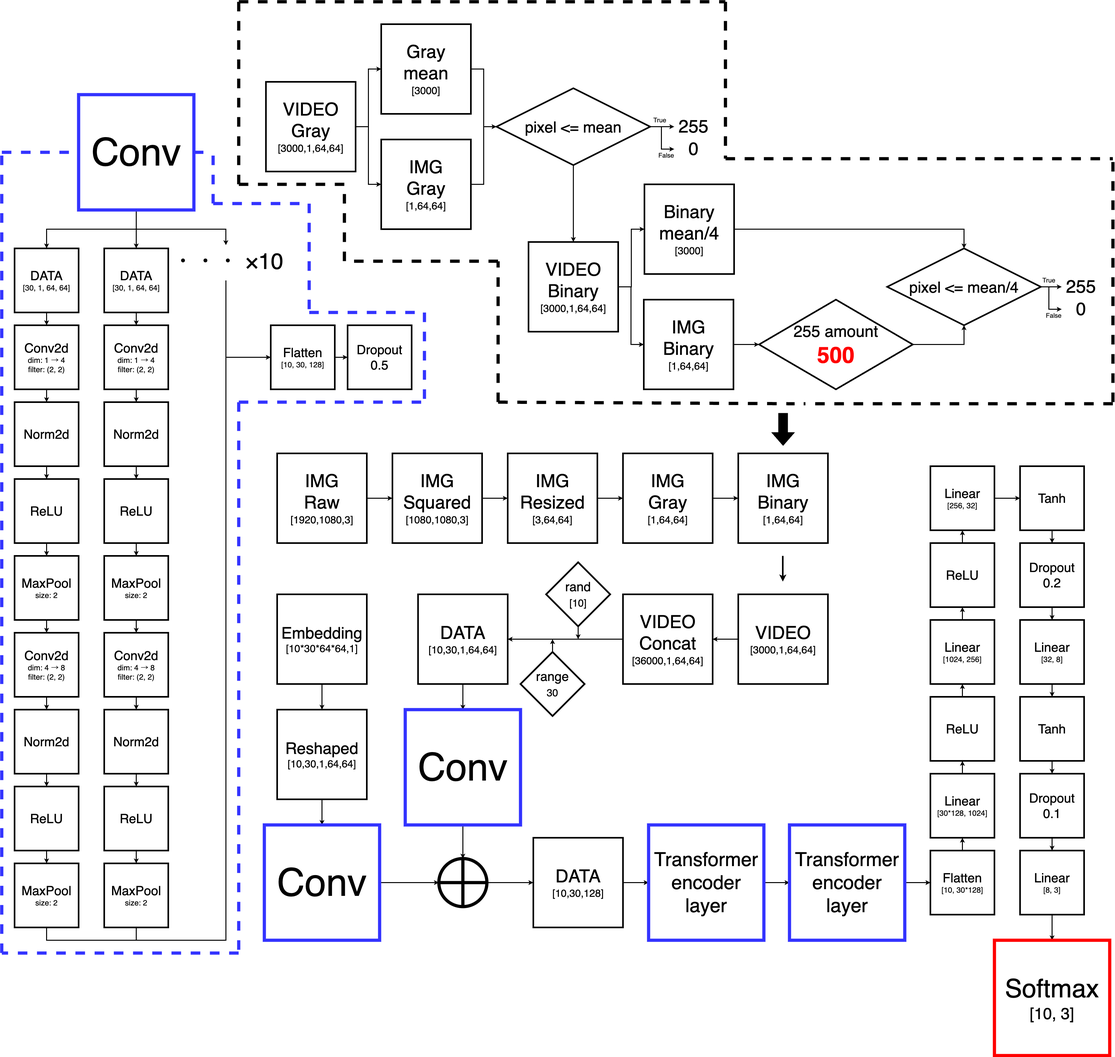
Above: src/git/flowchart.png in jasmine-jp/predict_dance2 (draw.io), before the change. Source tidied: cells renumbered, new cells last; positions are measured from the earlier drawing's top-left corner, leaving out a move shared by most shapes.
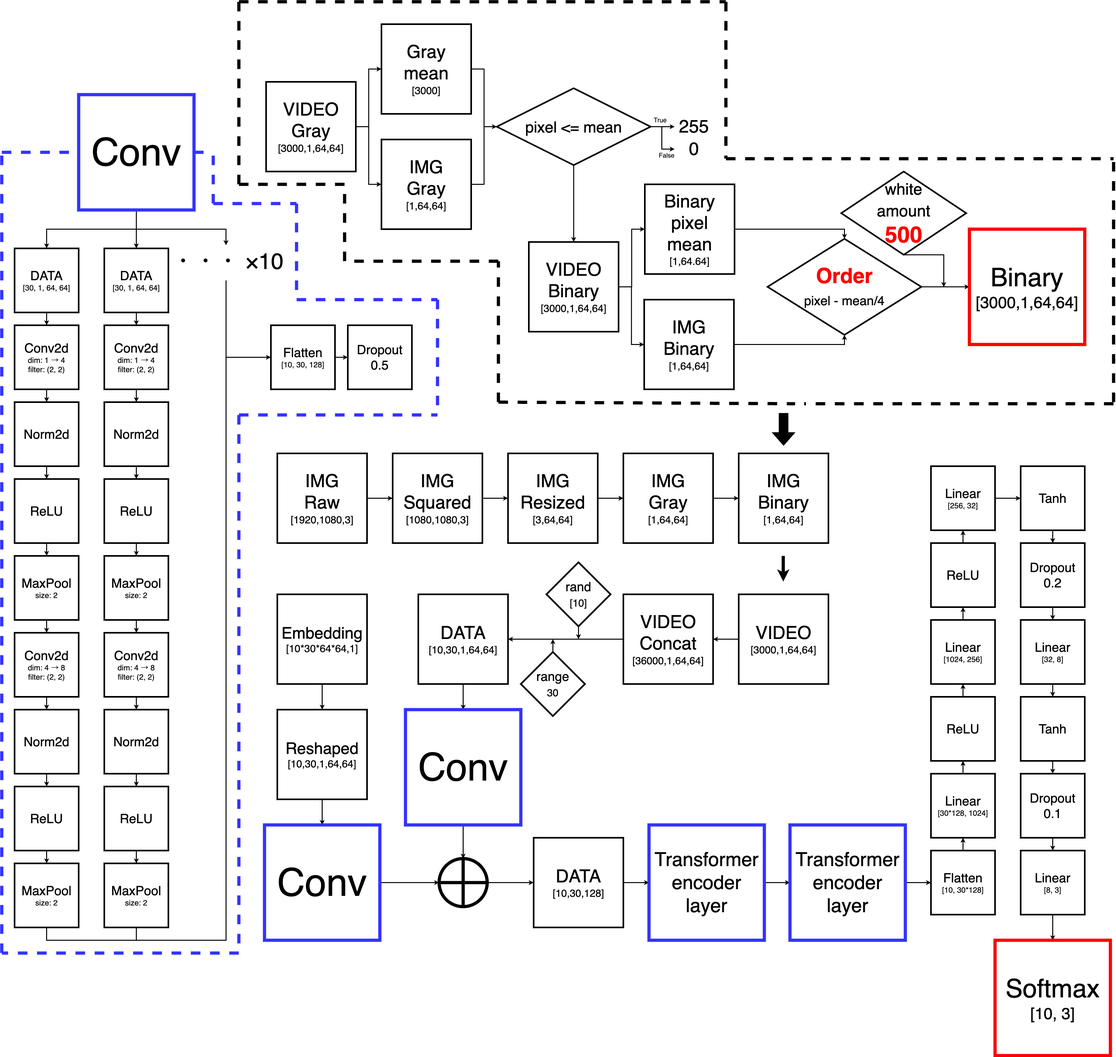
After the change.

Change to the diagram source:
```diff
@@ -26,7 +26,7 @@
     <mxCell id="9" value="&lt;font style=&quot;&quot;&gt;&lt;font style=&quot;font-size: 56px;&quot;&gt;VIDEO&lt;br&gt;&lt;/font&gt;&lt;span style=&quot;font-size: 56px;&quot;&gt;Concat&lt;/span&gt;&lt;br&gt;&lt;span style=&quot;font-size: 32px;&quot;&gt;[36000,1,64,64]&lt;/span&gt;&lt;/font&gt;" style="rounded=0;whiteSpace=wrap;html=1;strokeWidth=5;" parent="1" vertex="1">
       <mxGeometry x="1940" y="1850" width="280" height="280" as="geometry" />
     </mxCell>
-    <mxCell id="10" style="edgeStyle=orthogonalEdgeStyle;rounded=0;orthogonalLoop=1;jettySize=auto;html=1;fontSize=56;strokeWidth=5;" parent="1" edge="1">
+    <mxCell id="10" style="edgeStyle=orthogonalEdgeStyle;rounded=0;orthogonalLoop=1;jettySize=auto;html=1;fontSize=56;strokeWidth=10;" parent="1" edge="1">
       <mxGeometry relative="1" as="geometry">
         <mxPoint x="2439.1" y="1730" as="sourcePoint" />
         <mxPoint x="2439.1" y="1810" as="targetPoint" />
@@ -415,63 +415,43 @@
     <mxCell id="123" value="False" style="text;html=1;align=center;verticalAlign=middle;strokeColor=none;fillColor=none;fontSize=20;" parent="1" vertex="1">
       <mxGeometry x="2040" y="460" width="70" height="40" as="geometry" />
     </mxCell>
+    <mxCell id="162" style="edgeStyle=orthogonalEdgeStyle;rounded=0;jettySize=auto;html=1;strokeWidth=3;fontSize=40;fontColor=#FF0000;" parent="1" edge="1" source="124" target="135">
+      <mxGeometry relative="1" as="geometry" />
+    </mxCell>
+    <mxCell id="163" style="edgeStyle=orthogonalEdgeStyle;rounded=0;jettySize=auto;html=1;strokeWidth=3;fontSize=40;fontColor=#FF0000;" parent="1" edge="1" source="124" target="137">
+      <mxGeometry relative="1" as="geometry" />
+    </mxCell>
     <mxCell id="124" value="&lt;font style=&quot;&quot;&gt;&lt;font style=&quot;font-size: 56px;&quot;&gt;VIDEO&lt;br&gt;&lt;/font&gt;&lt;span style=&quot;font-size: 56px;&quot;&gt;Binary&lt;br&gt;&lt;/span&gt;&lt;span style=&quot;font-size: 32px;&quot;&gt;[3000,1,64,64]&lt;/span&gt;&lt;/font&gt;" style="rounded=0;whiteSpace=wrap;html=1;strokeWidth=5;" parent="1" vertex="1">
       <mxGeometry x="1645" y="750" width="280" height="280" as="geometry" />
     </mxCell>
-    <mxCell id="125" style="edgeStyle=orthogonalEdgeStyle;rounded=0;jettySize=auto;html=1;strokeWidth=3;fontSize=56;" parent="1" edge="1" source="127" target="128">
-      <mxGeometry relative="1" as="geometry" />
-    </mxCell>
-    <mxCell id="126" style="edgeStyle=orthogonalEdgeStyle;rounded=0;jettySize=auto;html=1;exitX=1;exitY=0.5;exitDx=0;exitDy=0;exitPerimeter=0;strokeWidth=3;fontSize=70;" parent="1" edge="1" source="127">
-      <mxGeometry relative="1" as="geometry">
-        <mxPoint x="3310" y="960" as="targetPoint" />
-        <Array as="points">
-          <mxPoint x="3270" y="890" />
-          <mxPoint x="3270" y="960" />
-        </Array>
-      </mxGeometry>
-    </mxCell>
+    <mxCell id="164" style="edgeStyle=orthogonalEdgeStyle;rounded=0;jettySize=auto;html=1;strokeWidth=3;fontSize=40;fontColor=#FF0000;" parent="1" edge="1" source="127" target="167">
+      <mxGeometry relative="1" as="geometry" />
+    </mxCell>
-    <mxCell id="127" value="&lt;font style=&quot;font-size: 48px;&quot;&gt;pixel &amp;lt;= mean/4&lt;/font&gt;" style="strokeWidth=5;html=1;shape=mxgraph.flowchart.decision;whiteSpace=wrap;strokeColor=#000000;fontSize=56;fillColor=#FFFFFF;" parent="1" vertex="1">
-      <mxGeometry x="2765" y="770" width="480" height="240" as="geometry" />
+    <mxCell id="127" value="&lt;font style=&quot;&quot;&gt;&lt;font color=&quot;#ff0000&quot;&gt;&lt;b&gt;&lt;font style=&quot;font-size: 65px;&quot;&gt;Order&lt;/font&gt;&lt;br&gt;&lt;/b&gt;&lt;/font&gt;&lt;font style=&quot;font-size: 40px;&quot;&gt;pixel - mean/4&lt;/font&gt;&lt;/font&gt;" style="strokeWidth=5;html=1;shape=mxgraph.flowchart.decision;whiteSpace=wrap;strokeColor=#000000;fontSize=56;fillColor=#FFFFFF;" parent="1" vertex="1">
+      <mxGeometry x="2390" y="740" width="480" height="300" as="geometry" />
     </mxCell>
-    <mxCell id="128" value="&lt;font style=&quot;font-size: 56px;&quot;&gt;255&lt;/font&gt;" style="text;html=1;align=center;verticalAlign=middle;points=[];strokeColor=none;fillColor=none;fontSize=48;" parent="1" vertex="1">
-      <mxGeometry x="3310" y="850" width="120" height="80" as="geometry" />
-    </mxCell>
-    <mxCell id="129" value="&lt;font style=&quot;font-size: 56px;&quot;&gt;0&lt;/font&gt;" style="text;html=1;align=center;verticalAlign=middle;strokeColor=none;fillColor=none;fontSize=48;" parent="1" vertex="1">
-      <mxGeometry x="3345" y="920" width="50" height="80" as="geometry" />
-    </mxCell>
-    <mxCell id="130" value="True" style="text;html=1;align=center;verticalAlign=middle;strokeColor=none;fillColor=none;fontSize=20;" parent="1" vertex="1">
-      <mxGeometry x="3240" y="850" width="60" height="40" as="geometry" />
-    </mxCell>
-    <mxCell id="131" value="False" style="text;html=1;align=center;verticalAlign=middle;strokeColor=none;fillColor=none;fontSize=20;" parent="1" vertex="1">
-      <mxGeometry x="3250" y="960" width="70" height="40" as="geometry" />
-    </mxCell>
-    <mxCell id="132" style="edgeStyle=orthogonalEdgeStyle;rounded=0;jettySize=auto;html=1;strokeWidth=3;fontSize=20;entryX=0;entryY=0.5;entryDx=0;entryDy=0;" parent="1" edge="1" target="135">
-      <mxGeometry relative="1" as="geometry">
-        <mxPoint x="1925" y="890" as="sourcePoint" />
-      </mxGeometry>
-    </mxCell>
-    <mxCell id="133" style="edgeStyle=orthogonalEdgeStyle;rounded=0;jettySize=auto;html=1;strokeWidth=3;fontSize=20;entryX=0;entryY=0.5;entryDx=0;entryDy=0;" parent="1" edge="1" target="137">
-      <mxGeometry relative="1" as="geometry">
-        <mxPoint x="1925" y="890" as="sourcePoint" />
-      </mxGeometry>
-    </mxCell>
-    <mxCell id="134" style="edgeStyle=orthogonalEdgeStyle;rounded=0;jettySize=auto;html=1;entryX=0.5;entryY=0;entryDx=0;entryDy=0;entryPerimeter=0;strokeWidth=3;fontSize=60;fontColor=#FF0000;" parent="1" edge="1" source="135" target="127">
+    <mxCell id="134" style="edgeStyle=orthogonalEdgeStyle;rounded=0;jettySize=auto;html=1;entryX=0.5;entryY=0;entryDx=0;entryDy=0;entryPerimeter=0;fontSize=40;fontColor=#FF0000;strokeWidth=3;" parent="1" edge="1" source="135" target="127">
       <mxGeometry relative="1" as="geometry" />
     </mxCell>
-    <mxCell id="135" value="&lt;font style=&quot;&quot;&gt;&lt;span style=&quot;font-size: 56px;&quot;&gt;Binary&lt;/span&gt;&lt;span style=&quot;font-size: 56px;&quot;&gt;&lt;br&gt;&lt;/span&gt;&lt;font style=&quot;font-size: 56px;&quot;&gt;mean/4&lt;/font&gt;&lt;br&gt;&lt;span style=&quot;font-size: 32px;&quot;&gt;[3000]&lt;/span&gt;&lt;/font&gt;" style="rounded=0;whiteSpace=wrap;html=1;strokeWidth=5;" parent="1" vertex="1">
+    <mxCell id="135" value="&lt;font style=&quot;&quot;&gt;&lt;span style=&quot;font-size: 56px;&quot;&gt;Binary&lt;/span&gt;&lt;span style=&quot;font-size: 56px;&quot;&gt;&lt;br&gt;&lt;/span&gt;&lt;font style=&quot;font-size: 56px;&quot;&gt;pixel&lt;br&gt;mean&lt;/font&gt;&lt;br&gt;&lt;span style=&quot;font-size: 32px;&quot;&gt;[1,64.64]&lt;/span&gt;&lt;/font&gt;" style="rounded=0;whiteSpace=wrap;html=1;strokeWidth=5;" parent="1" vertex="1">
       <mxGeometry x="2007" y="570" width="280" height="280" as="geometry" />
     </mxCell>
-    <mxCell id="136" style="edgeStyle=orthogonalEdgeStyle;rounded=0;jettySize=auto;html=1;strokeWidth=3;fontSize=60;fontColor=#FF0000;" parent="1" edge="1" source="137" target="139">
-      <mxGeometry relative="1" as="geometry" />
-    </mxCell>
+    <mxCell id="165" style="edgeStyle=orthogonalEdgeStyle;rounded=0;jettySize=auto;html=1;entryX=0.5;entryY=1;entryDx=0;entryDy=0;entryPerimeter=0;fontSize=40;fontColor=#FF0000;strokeWidth=3;" parent="1" edge="1" source="137" target="127">
+      <mxGeometry relative="1" as="geometry" />
+    </mxCell>
     <mxCell id="137" value="&lt;font style=&quot;&quot;&gt;&lt;font style=&quot;font-size: 56px;&quot;&gt;IMG&lt;br&gt;&lt;/font&gt;&lt;span style=&quot;font-size: 56px;&quot;&gt;Binary&lt;br&gt;&lt;/span&gt;&lt;span style=&quot;font-size: 32px;&quot;&gt;[1,64,64]&lt;/span&gt;&lt;/font&gt;" style="rounded=0;whiteSpace=wrap;html=1;strokeWidth=5;" parent="1" vertex="1">
       <mxGeometry x="2005" y="930" width="280" height="280" as="geometry" />
     </mxCell>
-    <mxCell id="138" style="edgeStyle=orthogonalEdgeStyle;rounded=0;jettySize=auto;html=1;entryX=0.5;entryY=1;entryDx=0;entryDy=0;entryPerimeter=0;strokeWidth=3;fontSize=60;fontColor=#FF0000;exitX=1;exitY=0.5;exitDx=0;exitDy=0;exitPerimeter=0;" parent="1" edge="1" source="139" target="127">
-      <mxGeometry relative="1" as="geometry" />
-    </mxCell>
+    <mxCell id="166" style="edgeStyle=orthogonalEdgeStyle;rounded=0;jettySize=auto;html=1;exitX=0.5;exitY=1;exitDx=0;exitDy=0;exitPerimeter=0;strokeWidth=3;fontSize=40;fontColor=#FF0000;" parent="1" edge="1" source="139">
+      <mxGeometry relative="1" as="geometry">
+        <mxPoint x="2940" y="890.7" as="targetPoint" />
+        <Array as="points">
+          <mxPoint x="2940" y="790" />
+        </Array>
+      </mxGeometry>
+    </mxCell>
-    <mxCell id="139" value="&lt;font style=&quot;font-size: 50px;&quot;&gt;255 amount&lt;br&gt;&lt;/font&gt;&lt;font style=&quot;font-size: 70px;&quot; color=&quot;#ff0000&quot;&gt;&lt;b&gt;500&lt;/b&gt;&lt;/font&gt;" style="strokeWidth=5;html=1;shape=mxgraph.flowchart.decision;whiteSpace=wrap;strokeColor=#000000;fontSize=56;fillColor=#FFFFFF;" parent="1" vertex="1">
-      <mxGeometry x="2365" y="930" width="480" height="280" as="geometry" />
+    <mxCell id="139" value="&lt;font style=&quot;font-size: 50px;&quot;&gt;white&lt;br&gt;amount&lt;br&gt;&lt;/font&gt;&lt;font style=&quot;font-size: 70px;&quot; color=&quot;#ff0000&quot;&gt;&lt;b&gt;500&lt;/b&gt;&lt;/font&gt;" style="strokeWidth=5;html=1;shape=mxgraph.flowchart.decision;whiteSpace=wrap;strokeColor=#000000;fontSize=56;fillColor=#FFFFFF;" parent="1" vertex="1">
+      <mxGeometry x="2620" y="530" width="390" height="260" as="geometry" />
     </mxCell>
     <mxCell id="140" style="endArrow=none;dashed=1;html=1;rounded=0;strokeWidth=10;fontSize=60;fontColor=#FF0000;strokeColor=#3333FF;" parent="1" edge="1">
       <mxGeometry relative="1" as="geometry">
@@ -492,38 +472,38 @@
     </mxCell>
     <mxCell id="143" style="endArrow=none;dashed=1;html=1;rounded=0;strokeColor=#3333FF;strokeWidth=10;fontSize=60;fontColor=#FF0000;" parent="1" edge="1">
       <mxGeometry relative="1" as="geometry">
-        <mxPoint x="740" y="1250" as="sourcePoint" />
+        <mxPoint x="740" y="1290" as="sourcePoint" />
         <mxPoint x="740" y="2970" as="targetPoint" />
       </mxGeometry>
     </mxCell>
     <mxCell id="144" style="endArrow=none;dashed=1;html=1;rounded=0;strokeColor=#3333FF;strokeWidth=10;fontSize=60;fontColor=#FF0000;" parent="1" edge="1">
       <mxGeometry relative="1" as="geometry">
-        <mxPoint x="740" y="1250" as="sourcePoint" />
-        <mxPoint x="1320" y="1250" as="targetPoint" />
+        <mxPoint x="740" y="1290" as="sourcePoint" />
+        <mxPoint x="1360" y="1290" as="targetPoint" />
       </mxGeometry>
     </mxCell>
     <mxCell id="145" style="endArrow=none;dashed=1;html=1;rounded=0;strokeColor=#3333FF;strokeWidth=10;fontSize=60;fontColor=#FF0000;" parent="1" edge="1">
       <mxGeometry relative="1" as="geometry">
-        <mxPoint x="1320" y="970" as="sourcePoint" />
-        <mxPoint x="1320" y="1250" as="targetPoint" />
+        <mxPoint x="1360" y="930" as="sourcePoint" />
+        <mxPoint x="1360" y="1290" as="targetPoint" />
       </mxGeometry>
     </mxCell>
     <mxCell id="146" style="endArrow=none;dashed=1;html=1;rounded=0;strokeColor=#3333FF;strokeWidth=10;fontSize=60;fontColor=#FF0000;" parent="1" edge="1">
       <mxGeometry relative="1" as="geometry">
-        <mxPoint x="960" y="970" as="sourcePoint" />
-        <mxPoint x="1320" y="970" as="targetPoint" />
+        <mxPoint x="920" y="930" as="sourcePoint" />
+        <mxPoint x="1360" y="930" as="targetPoint" />
       </mxGeometry>
     </mxCell>
     <mxCell id="147" style="endArrow=none;dashed=1;html=1;rounded=0;strokeColor=#3333FF;strokeWidth=10;fontSize=60;fontColor=#FF0000;" parent="1" edge="1">
       <mxGeometry relative="1" as="geometry">
-        <mxPoint x="960" y="630" as="sourcePoint" />
-        <mxPoint x="960" y="970" as="targetPoint" />
+        <mxPoint x="920" y="630" as="sourcePoint" />
+        <mxPoint x="920" y="930" as="targetPoint" />
       </mxGeometry>
     </mxCell>
     <mxCell id="148" style="endArrow=none;dashed=1;html=1;rounded=0;strokeColor=#3333FF;strokeWidth=10;fontSize=60;fontColor=#FF0000;" parent="1" edge="1">
       <mxGeometry relative="1" as="geometry">
         <mxPoint x="660" y="630" as="sourcePoint" />
-        <mxPoint x="960" y="630" as="targetPoint" />
+        <mxPoint x="920" y="630" as="targetPoint" />
       </mxGeometry>
     </mxCell>
     <mxCell id="149" style="endArrow=none;dashed=1;html=1;rounded=0;strokeColor=#3333FF;strokeWidth=10;fontSize=60;fontColor=#FF0000;" parent="1" edge="1">
@@ -603,5 +583,8 @@
         <mxPoint x="1550" y="810" as="targetPoint" />
       </mxGeometry>
     </mxCell>
+    <mxCell id="167" value="&lt;font style=&quot;&quot;&gt;&lt;span style=&quot;font-size: 80px;&quot;&gt;Binary&lt;/span&gt;&lt;br&gt;&lt;font style=&quot;font-size: 50px;&quot;&gt;[3000,1,64,64]&lt;/font&gt;&lt;br&gt;&lt;/font&gt;" style="rounded=0;whiteSpace=wrap;html=1;strokeWidth=10;strokeColor=#FF0000;" parent="1" vertex="1">
+      <mxGeometry x="3020" y="710" width="360" height="360" as="geometry" />
+    </mxCell>
   </root>
 </mxGraphModel>
```
